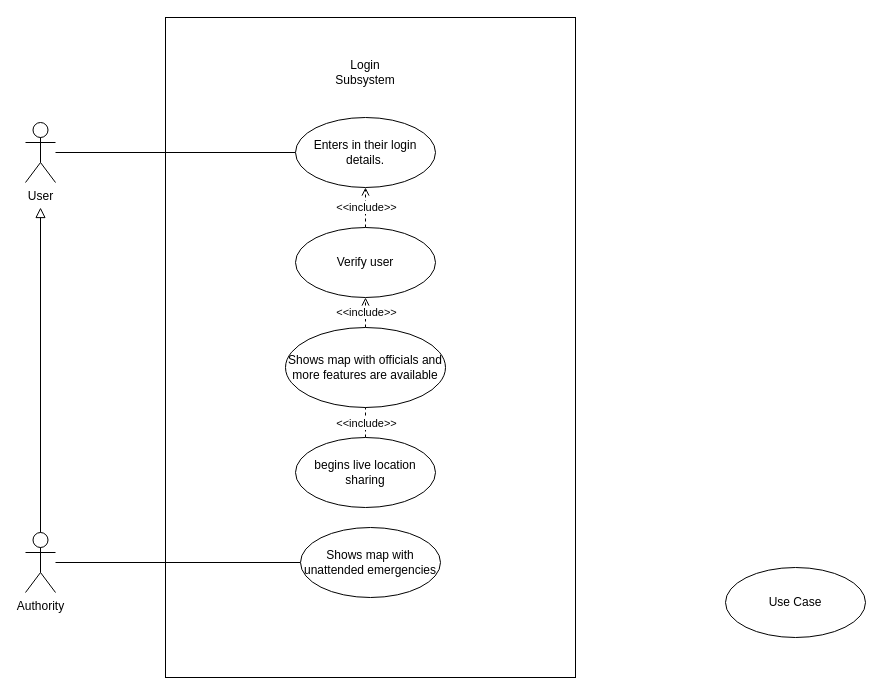
This is Login.drawio from Kari19/D1, a draw.io file, before an edit. Source tidied: cells renumbered, new cells numbered last; positions are measured from the earlier drawing's top-left corner, leaving out a move shared by most shapes. Both pictures are drawn from the tidied source at 100%, with x=0, y=0 at pixel (25, 17).
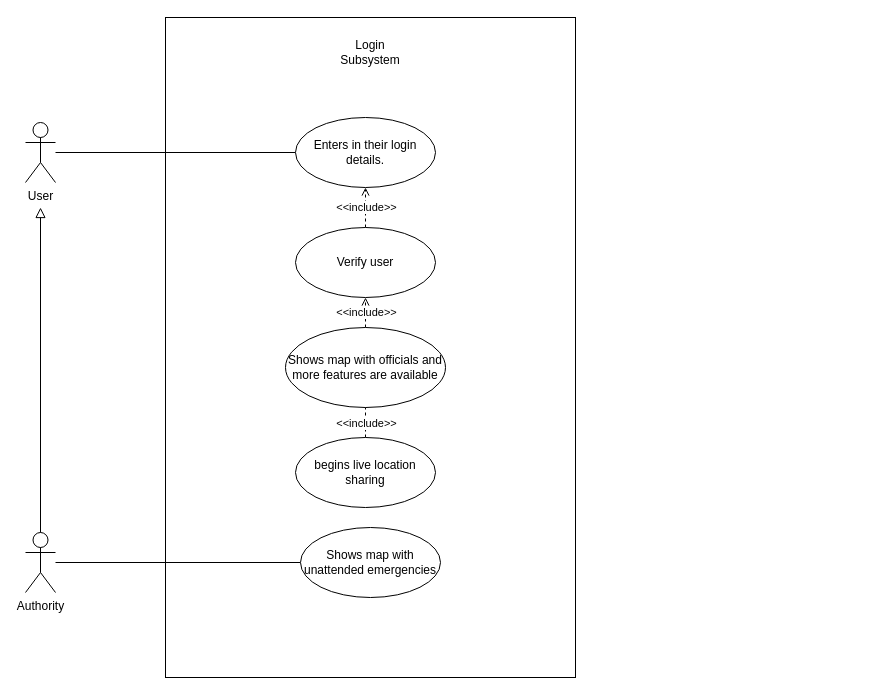
The same diagram, later.

Change to the diagram source:
```diff
@@
     <mxCell id="5" value="Login Subsystem" style="text;html=1;align=center;verticalAlign=middle;whiteSpace=wrap;rounded=0;" parent="1" vertex="1">
-      <mxGeometry x="310" y="40" width="60" height="30" as="geometry" />
+      <mxGeometry x="315" y="20" width="60" height="30" as="geometry" />
     </mxCell>
@@
-    <mxCell id="17" value="Use Case" style="ellipse;whiteSpace=wrap;html=1;" parent="1" vertex="1">
-      <mxGeometry x="700" y="550" width="140" height="70" as="geometry" />
-    </mxCell>
```
